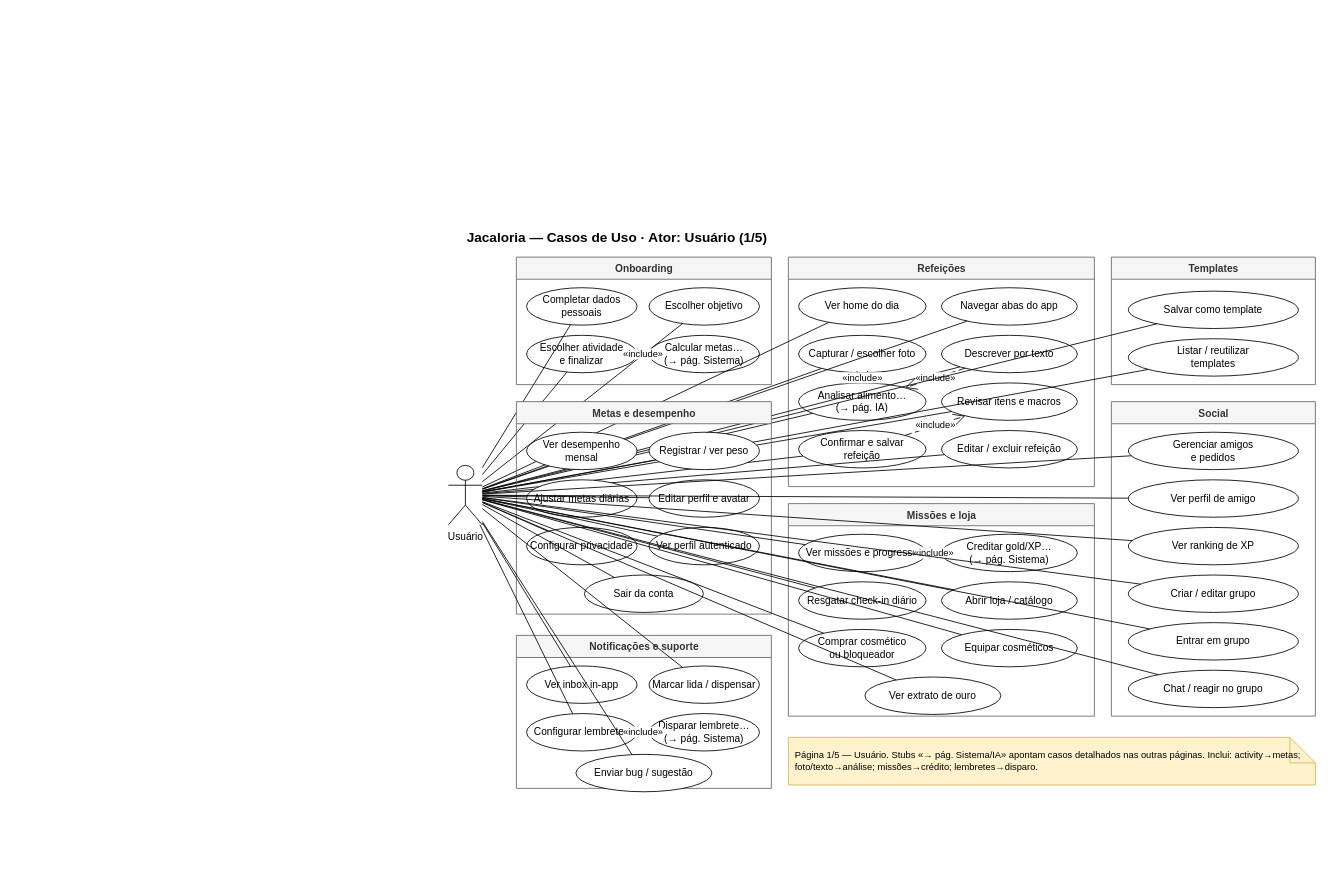
israelhub/JacalorIA-CONTADOR-DE-CALORIAS keeps this draw.io diagram as page "Usuário" (1 of 5) of frontend/CasosDeUso.drawio. Above is the earlier version. Source tidied: cells renumbered, new cells numbered last; positions are measured from the earlier drawing's top-left corner, leaving out a move shared by most shapes. Both pictures are drawn from the tidied source at 85%, with x=0, y=0 at pixel (448, 224).
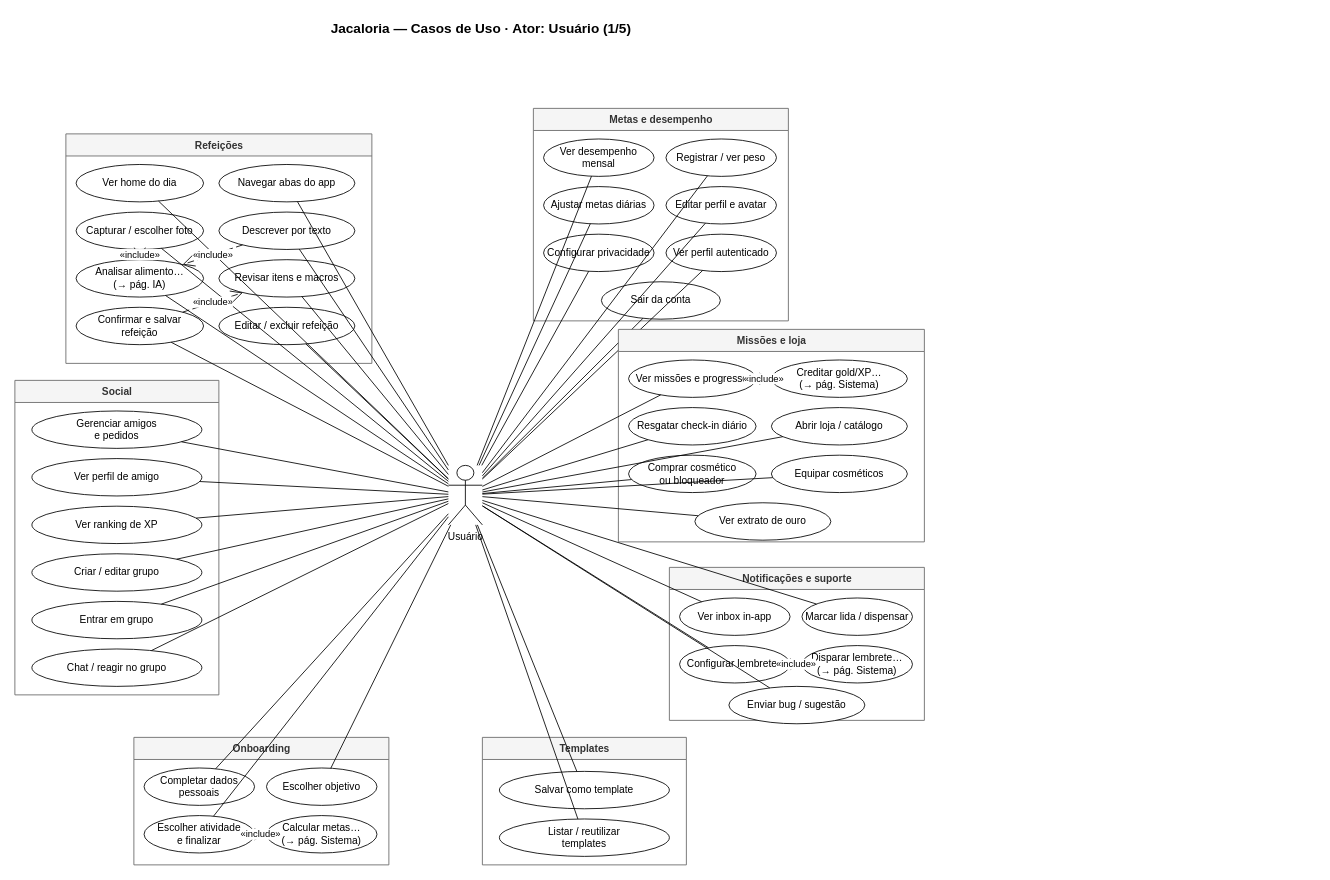
The same page after the edit.

What changed in the source:
```diff
@@
     <mxCell id="2" value="Jacaloria — Casos de Uso · Ator: Usuário (1/5)" style="text;html=1;strokeColor=none;fillColor=none;align=left;fontStyle=1;fontSize=16;" parent="1" vertex="1">
-      <mxGeometry x="20" width="980" height="28" as="geometry" />
+      <mxGeometry x="-140" y="-246" width="980" height="28" as="geometry" />
     </mxCell>
@@
     <mxCell id="4" value="Onboarding" style="swimlane;fontStyle=1;align=center;verticalAlign=top;startSize=26;fillColor=#f5f5f5;strokeColor=#666666;fontColor=#333333;html=1;" parent="1" vertex="1">
-      <mxGeometry x="80" y="39" width="300" height="150" as="geometry" />
+      <mxGeometry x="-370" y="604" width="300" height="150" as="geometry" />
     </mxCell>
@@
     <mxCell id="13" value="Refeições" style="swimlane;fontStyle=1;align=center;verticalAlign=top;startSize=26;fillColor=#f5f5f5;strokeColor=#666666;fontColor=#333333;html=1;" parent="1" vertex="1">
-      <mxGeometry x="400" y="39" width="360" height="270" as="geometry" />
+      <mxGeometry x="-450" y="-106" width="360" height="270" as="geometry" />
     </mxCell>
@@
     <mxCell id="33" value="Templates" style="swimlane;fontStyle=1;align=center;verticalAlign=top;startSize=26;fillColor=#f5f5f5;strokeColor=#666666;fontColor=#333333;html=1;" parent="1" vertex="1">
-      <mxGeometry x="780" y="39" width="240" height="150" as="geometry" />
+      <mxGeometry x="40" y="604" width="240" height="150" as="geometry" />
     </mxCell>
@@
     <mxCell id="38" value="Metas e desempenho" style="swimlane;fontStyle=1;align=center;verticalAlign=top;startSize=26;fillColor=#f5f5f5;strokeColor=#666666;fontColor=#333333;html=1;" parent="1" vertex="1">
-      <mxGeometry x="80" y="209" width="300" height="250" as="geometry" />
+      <mxGeometry x="100" y="-136" width="300" height="250" as="geometry" />
     </mxCell>
@@
     <mxCell id="53" value="Missões e loja" style="swimlane;fontStyle=1;align=center;verticalAlign=top;startSize=26;fillColor=#f5f5f5;strokeColor=#666666;fontColor=#333333;html=1;" parent="1" vertex="1">
-      <mxGeometry x="400" y="329" width="360" height="250" as="geometry" />
+      <mxGeometry x="200" y="124" width="360" height="250" as="geometry" />
     </mxCell>
@@
     <mxCell id="68" value="Social" style="swimlane;fontStyle=1;align=center;verticalAlign=top;startSize=26;fillColor=#f5f5f5;strokeColor=#666666;fontColor=#333333;html=1;" parent="1" vertex="1">
-      <mxGeometry x="780" y="209" width="240" height="370" as="geometry" />
+      <mxGeometry x="-510" y="184" width="240" height="370" as="geometry" />
     </mxCell>
@@
     <mxCell id="81" value="Notificações e suporte" style="swimlane;fontStyle=1;align=center;verticalAlign=top;startSize=26;fillColor=#f5f5f5;strokeColor=#666666;fontColor=#333333;html=1;" parent="1" vertex="1">
-      <mxGeometry x="80" y="484" width="300" height="180" as="geometry" />
+      <mxGeometry x="260" y="404" width="300" height="180" as="geometry" />
     </mxCell>
@@
-    <mxCell id="92" value="Página 1/5 — Usuário. Stubs «→ pág. Sistema/IA» apontam casos detalhados nas outras páginas. Inclui: activity→metas; foto/texto→análise; missões→crédito; lembretes→disparo." style="shape=note;whiteSpace=wrap;html=1;fillColor=#fff2cc;strokeColor=#d6b656;fontSize=11;align=left;spacingLeft=6;" parent="1" vertex="1">
-      <mxGeometry x="400" y="604" width="620" height="56" as="geometry" />
-    </mxCell>
```
